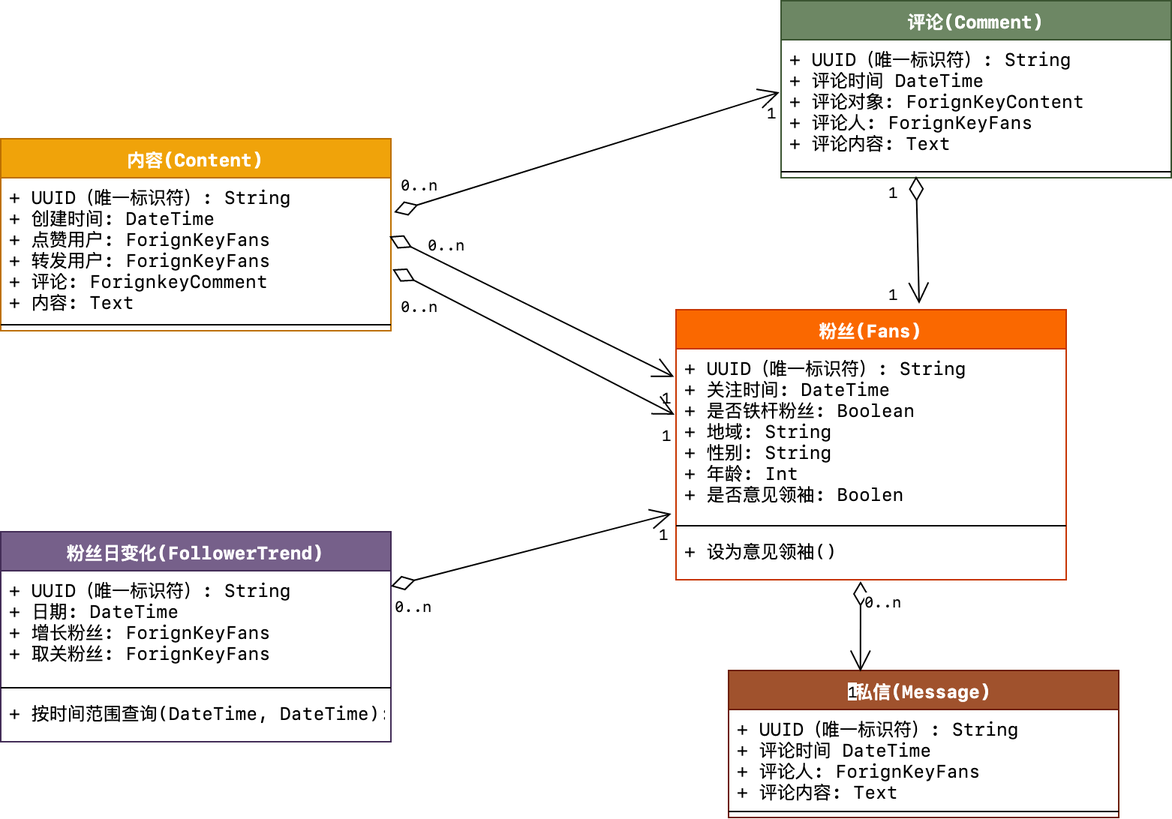
This is 1-SoftwareRequirements/DataAnalysis/da_class.png from zan-press/diagram, a draw.io export, as it was before one commit. Source tidied: cells renumbered, new cells last; positions are measured from the earlier drawing's top-left corner, leaving out a move shared by most shapes.
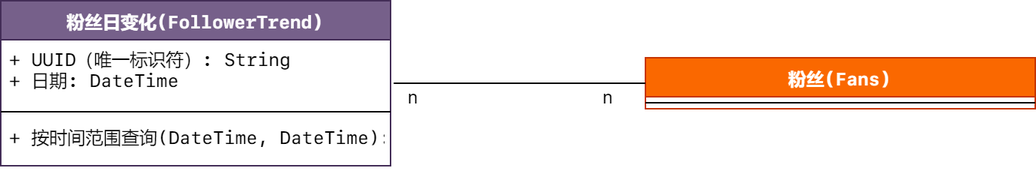
After the change.

Diff of the diagram source:
```diff
@@ -2,120 +2,32 @@
   <root>
     <mxCell id="0" />
     <mxCell id="1" parent="0" />
-    <mxCell id="2" value="内容(Content)" style="swimlane;fontStyle=1;align=center;verticalAlign=top;horizontal=1;startSize=26;fillColor=#f0a30a;strokeColor=#BD7000;fontFamily=SF Mono;fontColor=#ffffff;" parent="1" vertex="1">
-      <mxGeometry y="92" width="260" height="128" as="geometry" />
-    </mxCell>
-    <mxCell id="3" value="+ UUID（唯一标识符）: String&#10;+ 创建时间: DateTime&#10;+ 点赞用户: ForignKeyFans&#10;+ 转发用户: ForignKeyFans&#10;+ 评论: ForignkeyComment&#10;+ 内容: Text" style="text;strokeColor=none;fillColor=none;align=left;verticalAlign=top;spacingLeft=4;spacingRight=4;overflow=hidden;points=[[0,0.5],[1,0.5]];portConstraint=eastwest;spacing=2;imageAspect=1;noLabel=0;fontFamily=SF Mono;" parent="2" vertex="1">
-      <mxGeometry y="26" width="260" height="94" as="geometry" />
-    </mxCell>
-    <mxCell id="4" style="line;strokeWidth=1;fillColor=none;align=left;verticalAlign=middle;spacingTop=-1;spacingLeft=3;spacingRight=3;labelPosition=right;fontFamily=SF Mono;" parent="2" vertex="1">
-      <mxGeometry y="120" width="260" height="8" as="geometry" />
-    </mxCell>
     <mxCell id="5" value="粉丝(Fans)" style="swimlane;fontStyle=1;align=center;verticalAlign=top;horizontal=1;startSize=26;fillColor=#fa6800;strokeColor=#C73500;fontColor=#ffffff;fontFamily=SF Mono;" parent="1" vertex="1">
-      <mxGeometry x="450" y="206" width="260" height="180" as="geometry" />
+      <mxGeometry x="430" y="392" width="260" height="34" as="geometry" />
     </mxCell>
-    <mxCell id="6" value="+ UUID（唯一标识符）: String&#10;+ 关注时间: DateTime&#10;+ 是否铁杆粉丝: Boolean&#10;+ 地域: String&#10;+ 性别: String&#10;+ 年龄: Int&#10;+ 是否意见领袖: Boolen" style="text;strokeColor=none;fillColor=none;align=left;verticalAlign=top;spacingLeft=4;spacingRight=4;overflow=hidden;points=[[0,0.5],[1,0.5]];portConstraint=eastwest;spacing=2;imageAspect=1;noLabel=0;fontFamily=SF Mono;" parent="5" vertex="1">
-      <mxGeometry y="26" width="260" height="114" as="geometry" />
-    </mxCell>
     <mxCell id="7" style="line;strokeWidth=1;fillColor=none;align=left;verticalAlign=middle;spacingTop=-1;spacingLeft=3;spacingRight=3;labelPosition=right;fontFamily=SF Mono;" parent="5" vertex="1">
-      <mxGeometry y="140" width="260" height="8" as="geometry" />
+      <mxGeometry y="26" width="260" height="8" as="geometry" />
     </mxCell>
-    <mxCell id="8" value="+ 设为意见领袖()" style="text;strokeColor=none;fillColor=none;align=left;verticalAlign=top;spacingLeft=4;spacingRight=4;overflow=hidden;points=[[0,0.5],[1,0.5]];portConstraint=eastwest;fontFamily=SF Mono;" parent="5" vertex="1">
-      <mxGeometry y="148" width="260" height="32" as="geometry" />
-    </mxCell>
     <mxCell id="9" value="粉丝日变化(FollowerTrend)" style="swimlane;fontStyle=1;align=center;verticalAlign=top;horizontal=1;startSize=26;fillColor=#76608a;strokeColor=#432D57;fontColor=#ffffff;fontFamily=SF Mono;" parent="1" vertex="1">
-      <mxGeometry y="354" width="260" height="140" as="geometry" />
+      <mxGeometry y="354" width="260" height="110" as="geometry" />
     </mxCell>
-    <mxCell id="10" value="+ UUID（唯一标识符）: String&#10;+ 日期: DateTime&#10;+ 增长粉丝: ForignKeyFans&#10;+ 取关粉丝: ForignKeyFans" style="text;strokeColor=none;fillColor=none;align=left;verticalAlign=top;spacingLeft=4;spacingRight=4;overflow=hidden;points=[[0,0.5],[1,0.5]];portConstraint=eastwest;spacing=2;imageAspect=1;noLabel=0;fontFamily=SF Mono;" parent="9" vertex="1">
-      <mxGeometry y="26" width="260" height="74" as="geometry" />
+    <mxCell id="10" value="+ UUID（唯一标识符）: String&#10;+ 日期: DateTime&#10;" style="text;strokeColor=none;fillColor=none;align=left;verticalAlign=top;spacingLeft=4;spacingRight=4;overflow=hidden;points=[[0,0.5],[1,0.5]];portConstraint=eastwest;spacing=2;imageAspect=1;noLabel=0;fontFamily=SF Mono;" parent="9" vertex="1">
+      <mxGeometry y="26" width="260" height="44" as="geometry" />
     </mxCell>
     <mxCell id="11" style="line;strokeWidth=1;fillColor=none;align=left;verticalAlign=middle;spacingTop=-1;spacingLeft=3;spacingRight=3;labelPosition=right;fontFamily=SF Mono;" parent="9" vertex="1">
-      <mxGeometry y="100" width="260" height="8" as="geometry" />
+      <mxGeometry y="70" width="260" height="8" as="geometry" />
     </mxCell>
     <mxCell id="12" value="+ 按时间范围查询(DateTime, DateTime): " style="text;strokeColor=none;fillColor=none;align=left;verticalAlign=top;spacingLeft=4;spacingRight=4;overflow=hidden;fontFamily=SF Mono;" parent="9" vertex="1">
-      <mxGeometry y="108" width="260" height="32" as="geometry" />
+      <mxGeometry y="78" width="260" height="32" as="geometry" />
     </mxCell>
-    <mxCell id="13" value="评论(Comment)" style="swimlane;fontStyle=1;align=center;verticalAlign=top;horizontal=1;startSize=26;fillColor=#6d8764;strokeColor=#3A5431;fontFamily=SF Mono;fontColor=#ffffff;" parent="1" vertex="1">
-      <mxGeometry x="520" width="260" height="118" as="geometry" />
-    </mxCell>
-    <mxCell id="14" value="+ UUID（唯一标识符）: String&#10;+ 评论时间 DateTime&#10;+ 评论对象: ForignKeyContent&#10;+ 评论人: ForignKeyFans&#10;+ 评论内容: Text" style="text;strokeColor=none;fillColor=none;align=left;verticalAlign=top;spacingLeft=4;spacingRight=4;overflow=hidden;points=[[0,0.5],[1,0.5]];portConstraint=eastwest;spacing=2;imageAspect=1;noLabel=0;fontFamily=SF Mono;" parent="13" vertex="1">
-      <mxGeometry y="26" width="260" height="84" as="geometry" />
-    </mxCell>
-    <mxCell id="15" style="line;strokeWidth=1;fillColor=none;align=left;verticalAlign=middle;spacingTop=-1;spacingLeft=3;spacingRight=3;labelPosition=right;points=[];portConstraint=eastwest;fontFamily=SF Mono;" parent="13" vertex="1">
-      <mxGeometry y="110" width="260" height="8" as="geometry" />
-    </mxCell>
-    <mxCell id="16" value="私信(Message)" style="swimlane;fontStyle=1;align=center;verticalAlign=top;horizontal=1;startSize=26;fillColor=#a0522d;strokeColor=#6D1F00;fontColor=#ffffff;fontFamily=SF Mono;" parent="1" vertex="1">
-      <mxGeometry x="485" y="446.5" width="260" height="98" as="geometry" />
-    </mxCell>
-    <mxCell id="17" value="+ UUID（唯一标识符）: String&#10;+ 评论时间 DateTime&#10;+ 评论人: ForignKeyFans&#10;+ 评论内容: Text" style="text;strokeColor=none;fillColor=none;align=left;verticalAlign=top;spacingLeft=4;spacingRight=4;overflow=hidden;spacing=2;imageAspect=1;noLabel=0;fontFamily=SF Mono;" parent="16" vertex="1">
-      <mxGeometry y="26" width="260" height="64" as="geometry" />
-    </mxCell>
-    <mxCell id="18" style="line;strokeWidth=1;fillColor=none;align=left;verticalAlign=middle;spacingTop=-1;spacingLeft=3;spacingRight=3;labelPosition=right;fontFamily=SF Mono;" parent="16" vertex="1">
-      <mxGeometry y="90" width="260" height="8" as="geometry" />
-    </mxCell>
-    <mxCell id="19" style="endArrow=open;html=1;endSize=12;startArrow=diamondThin;startSize=14;startFill=0;entryX=-0.004;entryY=0.417;entryDx=0;entryDy=0;entryPerimeter=0;fontFamily=SF Mono;exitX=1.008;exitY=0.245;exitDx=0;exitDy=0;exitPerimeter=0;" parent="1" edge="1" source="3" target="14">
-      <mxGeometry relative="1" as="geometry" />
-    </mxCell>
-    <mxCell id="20" value="0..n" style="html=1;align=left;verticalAlign=top;labelBackgroundColor=#ffffff;fontSize=10;fontFamily=SF Mono;" parent="19" vertex="1">
-      <mxGeometry x="-1" relative="1" as="geometry">
-        <mxPoint x="2" y="-32" as="offset" />
-      </mxGeometry>
-    </mxCell>
-    <mxCell id="21" value="1" style="html=1;align=right;verticalAlign=top;labelBackgroundColor=#ffffff;fontSize=10;fontFamily=SF Mono;" parent="19" vertex="1">
-      <mxGeometry x="1" relative="1" as="geometry" />
-    </mxCell>
-    <mxCell id="22" style="endArrow=open;html=1;endSize=12;startArrow=diamondThin;startSize=14;startFill=0;entryX=-0.005;entryY=0.165;entryDx=0;entryDy=0;entryPerimeter=0;fontFamily=SF Mono;exitX=0.996;exitY=0.415;exitDx=0;exitDy=0;exitPerimeter=0;" parent="1" edge="1" source="3" target="6">
-      <mxGeometry relative="1" as="geometry" />
-    </mxCell>
-    <mxCell id="23" value="0..n" style="html=1;align=left;verticalAlign=top;labelBackgroundColor=#ffffff;fontSize=10;fontFamily=SF Mono;" parent="22" vertex="1">
-      <mxGeometry x="-1" relative="1" as="geometry">
-        <mxPoint x="23" y="-8.5" as="offset" />
-      </mxGeometry>
-    </mxCell>
-    <mxCell id="24" value="1" style="html=1;align=right;verticalAlign=top;labelBackgroundColor=#ffffff;fontSize=10;fontFamily=SF Mono;" parent="22" vertex="1">
-      <mxGeometry x="1" relative="1" as="geometry" />
-    </mxCell>
-    <mxCell id="25" style="endArrow=open;html=1;endSize=12;startArrow=diamondThin;startSize=14;startFill=0;fontFamily=SF Mono;exitX=1.004;exitY=0.649;exitDx=0;exitDy=0;exitPerimeter=0;" parent="1" edge="1" source="3">
-      <mxGeometry relative="1" as="geometry">
-        <mxPoint x="449" y="276" as="targetPoint" />
-      </mxGeometry>
-    </mxCell>
-    <mxCell id="26" value="0..n" style="html=1;align=left;verticalAlign=top;labelBackgroundColor=#ffffff;fontSize=10;fontFamily=SF Mono;" parent="25" vertex="1">
-      <mxGeometry x="-1" relative="1" as="geometry">
-        <mxPoint x="2.5" y="11" as="offset" />
-      </mxGeometry>
-    </mxCell>
-    <mxCell id="27" value="1" style="html=1;align=right;verticalAlign=top;labelBackgroundColor=#ffffff;fontSize=10;fontFamily=SF Mono;" parent="25" vertex="1">
-      <mxGeometry x="1" relative="1" as="geometry" />
-    </mxCell>
-    <mxCell id="28" style="endArrow=open;html=1;endSize=12;startArrow=diamondThin;startSize=14;startFill=0;fontFamily=SF Mono;exitX=0.473;exitY=1.031;exitDx=0;exitDy=0;exitPerimeter=0;entryX=0.338;entryY=0.008;entryDx=0;entryDy=0;entryPerimeter=0;" parent="1" edge="1" source="8" target="16">
-      <mxGeometry relative="1" as="geometry" />
-    </mxCell>
-    <mxCell id="29" value="0..n" style="html=1;align=left;verticalAlign=top;labelBackgroundColor=#ffffff;fontSize=10;fontFamily=SF Mono;" parent="28" vertex="1">
-      <mxGeometry x="-1" relative="1" as="geometry" />
-    </mxCell>
-    <mxCell id="30" value="1" style="html=1;align=right;verticalAlign=top;labelBackgroundColor=#ffffff;fontSize=10;fontFamily=SF Mono;" parent="28" vertex="1">
-      <mxGeometry x="1" relative="1" as="geometry" />
-    </mxCell>
-    <mxCell id="31" style="endArrow=open;html=1;endSize=12;startArrow=diamondThin;startSize=14;startFill=0;fontFamily=SF Mono;entryX=-0.012;entryY=0.965;entryDx=0;entryDy=0;entryPerimeter=0;" parent="1" edge="1" source="9" target="6">
-      <mxGeometry relative="1" as="geometry" />
-    </mxCell>
-    <mxCell id="32" value="0..n" style="html=1;align=left;verticalAlign=top;labelBackgroundColor=#ffffff;fontSize=10;fontFamily=SF Mono;" parent="31" vertex="1">
-      <mxGeometry x="-1" relative="1" as="geometry" />
-    </mxCell>
-    <mxCell id="33" value="1" style="html=1;align=right;verticalAlign=top;labelBackgroundColor=#ffffff;fontSize=10;fontFamily=SF Mono;" parent="31" vertex="1">
-      <mxGeometry x="1" relative="1" as="geometry" />
-    </mxCell>
-    <mxCell id="34" style="endArrow=open;html=1;endSize=12;startArrow=diamondThin;startSize=14;startFill=0;fontFamily=SF Mono;exitX=0.346;exitY=0.875;exitDx=0;exitDy=0;exitPerimeter=0;" parent="1" edge="1" source="15">
-      <mxGeometry relative="1" as="geometry">
-        <mxPoint x="612" y="202" as="targetPoint" />
-      </mxGeometry>
-    </mxCell>
-    <mxCell id="35" value="1" style="html=1;align=right;verticalAlign=top;labelBackgroundColor=#ffffff;fontSize=10;fontFamily=SF Mono;" parent="1" vertex="1">
-      <mxGeometry x="599.9" y="114" as="geometry" />
-    </mxCell>
-    <mxCell id="36" value="1" style="html=1;align=right;verticalAlign=top;labelBackgroundColor=#ffffff;fontSize=10;fontFamily=SF Mono;" parent="1" vertex="1">
-      <mxGeometry x="599.9" y="182" as="geometry" />
-    </mxCell>
+    <mxCell id="37" style="endArrow=none;html=1;exitX=1.008;exitY=0.659;exitDx=0;exitDy=0;exitPerimeter=0;entryX=0;entryY=0.5;entryDx=0;entryDy=0;" parent="1" edge="1" source="10" target="5">
+      <mxGeometry relative="1" as="geometry" />
+    </mxCell>
+    <mxCell id="38" value="n" style="text;html=1;align=left;verticalAlign=top;spacingTop=-4;" parent="1" vertex="1">
+      <mxGeometry x="270" y="409" width="20" height="20" as="geometry" />
+    </mxCell>
+    <mxCell id="39" value="n" style="text;html=1;align=left;verticalAlign=top;spacingTop=-4;" parent="1" vertex="1">
+      <mxGeometry x="400" y="409" width="20" height="20" as="geometry" />
+    </mxCell>
   </root>
 </mxGraphModel>
```
